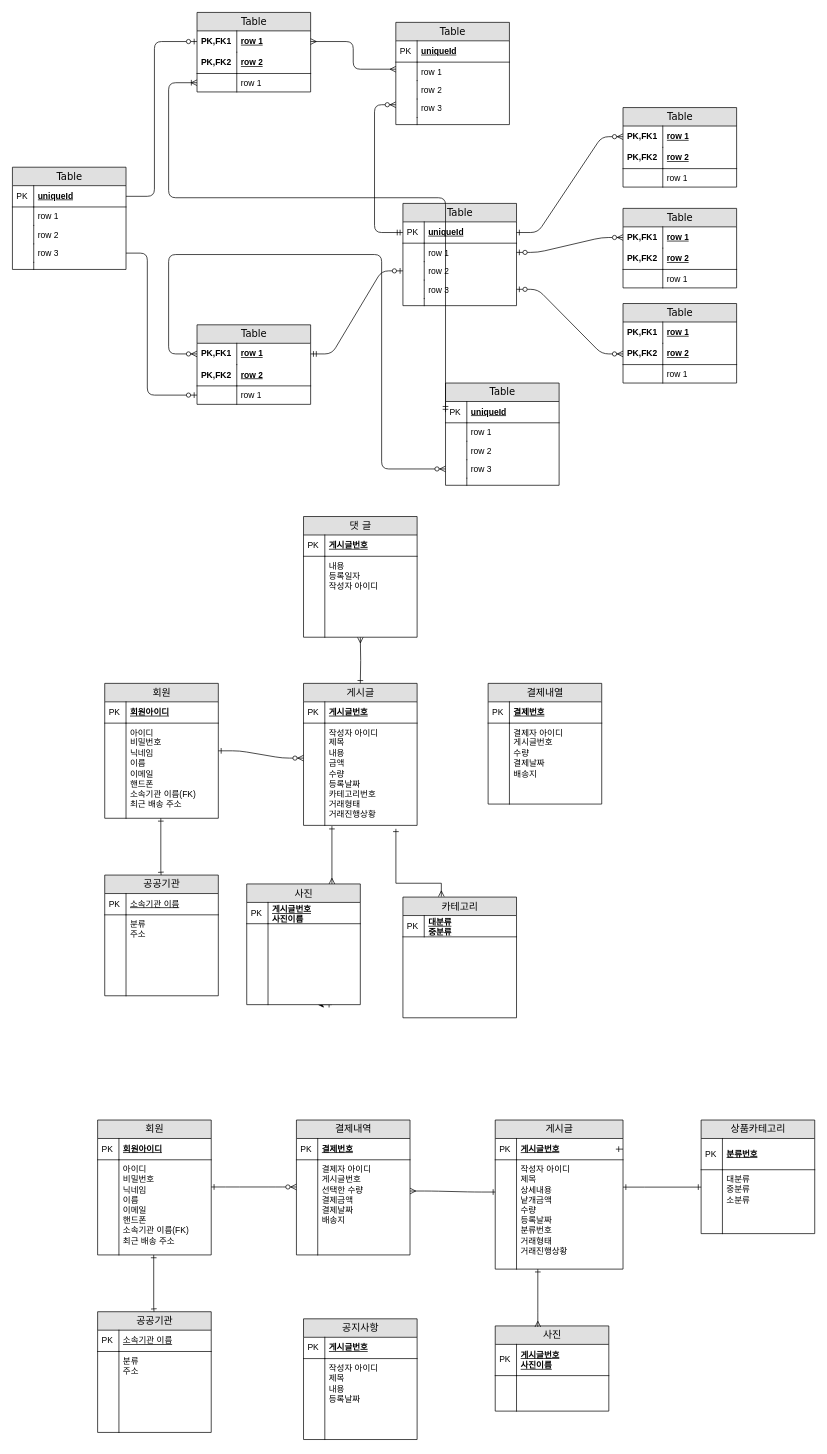
Earlier version of the draw.io diagram Untitled Diagram.drawio (RealWarm/Algorithm). Source tidied: cells renumbered, new cells numbered last; positions are measured from the earlier drawing's top-left corner, leaving out a move shared by most shapes. Both pictures are drawn from the tidied source at 71%, with x=0, y=0 at pixel (12, 12).
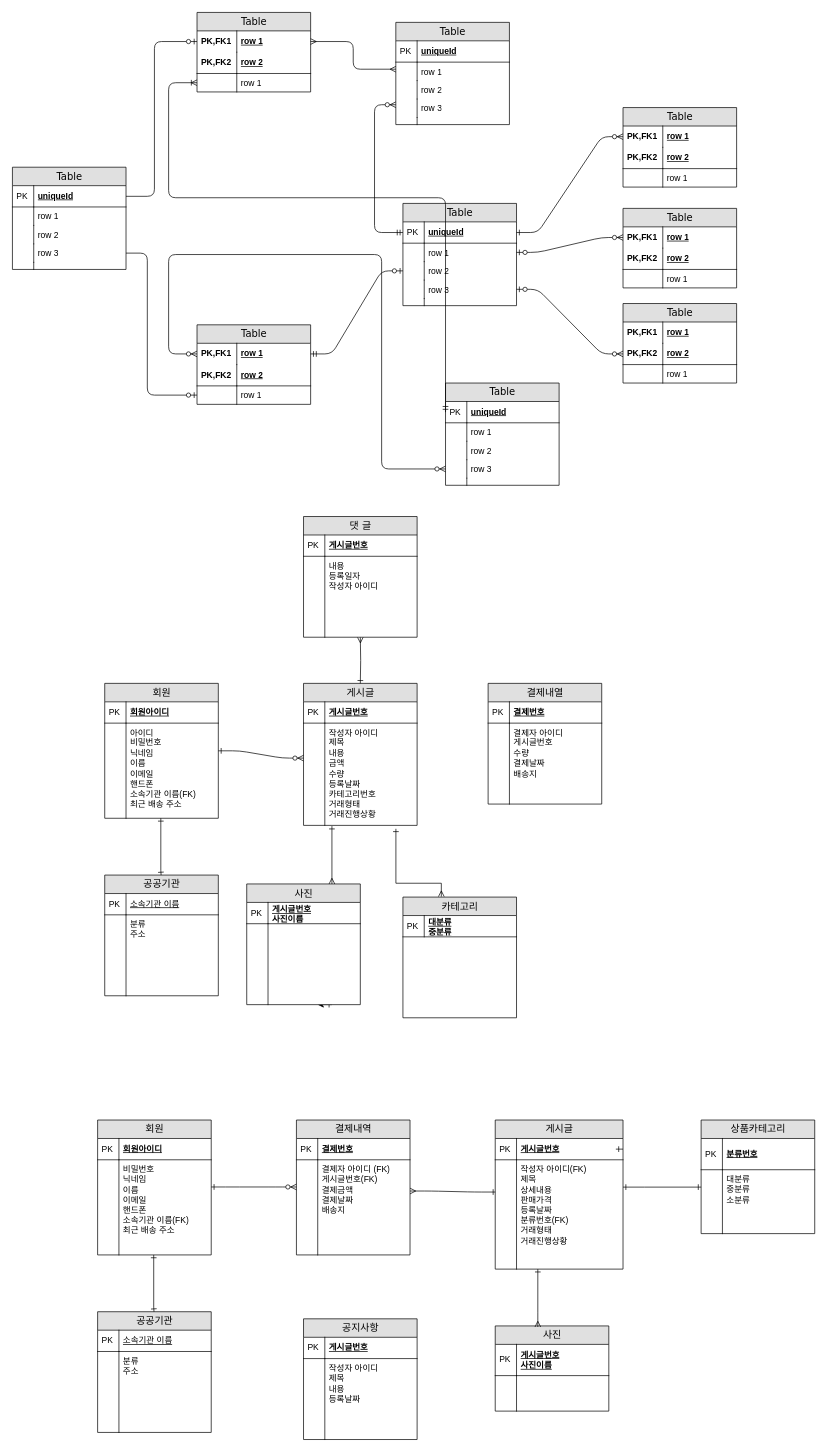
The same page after the edit.

Unchanged cells that the change refers to:
```xml
<mxCell id="131" value="회원" style="swimlane;html=1;fontStyle=0;horizontal=1;startSize=26;fillColor=#e0e0e0;swimlaneFillColor=#ffffff;align=center;rounded=0;shadow=0;comic=0;labelBackgroundColor=none;strokeWidth=1;fontFamily=Verdana;fontSize=14;" parent="1" vertex="1">
  <mxGeometry x="120" y="1560" width="160" height="190" as="geometry" />
</mxCell>
<mxCell id="142" value="결제내역" style="swimlane;html=1;fontStyle=0;horizontal=1;startSize=26;fillColor=#e0e0e0;swimlaneFillColor=#ffffff;align=center;rounded=0;shadow=0;comic=0;labelBackgroundColor=none;strokeWidth=1;fontFamily=Verdana;fontSize=14;" parent="1" vertex="1">
  <mxGeometry x="400" y="1560" width="160" height="190" as="geometry" />
</mxCell>
<mxCell id="147" value="게시글" style="swimlane;html=1;fontStyle=0;horizontal=1;startSize=26;fillColor=#e0e0e0;swimlaneFillColor=#ffffff;align=center;rounded=0;shadow=0;comic=0;labelBackgroundColor=none;strokeWidth=1;fontFamily=Verdana;fontSize=14;" parent="1" vertex="1">
  <mxGeometry x="680" y="1560" width="180" height="210" as="geometry" />
</mxCell>
```

The edit, as a diff of the source:
```diff
@@
-    <mxCell id="134" value="아이디&lt;br&gt;비밀번호&lt;br&gt;닉네임&lt;br&gt;이름&lt;br&gt;이메일&lt;br&gt;핸드폰&lt;br&gt;소속기관 이름(FK)&lt;br&gt;최근 배송 주소" style="shape=partialRectangle;top=0;left=0;right=0;bottom=0;html=1;align=left;verticalAlign=top;fillColor=none;spacingLeft=34;spacingRight=4;whiteSpace=wrap;overflow=hidden;" parent="131" vertex="1">
+    <mxCell id="134" value="비밀번호&lt;br&gt;닉네임&lt;br&gt;이름&lt;br&gt;이메일&lt;br&gt;핸드폰&lt;br&gt;소속기관 이름(FK)&lt;br&gt;최근 배송 주소" style="shape=partialRectangle;top=0;left=0;right=0;bottom=0;html=1;align=left;verticalAlign=top;fillColor=none;spacingLeft=34;spacingRight=4;whiteSpace=wrap;overflow=hidden;" parent="131" vertex="1">
       <mxGeometry y="56" width="160" height="134" as="geometry" />
     </mxCell>
@@
-    <mxCell id="145" value="결제자 아이디&lt;br&gt;게시글번호&lt;br&gt;선택한 수량&lt;br&gt;결제금액&lt;br&gt;결제날짜&lt;br&gt;배송지" style="shape=partialRectangle;top=0;left=0;right=0;bottom=0;html=1;align=left;verticalAlign=top;fillColor=none;spacingLeft=34;spacingRight=4;whiteSpace=wrap;overflow=hidden;" parent="142" vertex="1">
+    <mxCell id="145" value="결제자 아이디 (FK)&lt;br&gt;게시글번호(FK)&lt;br&gt;결제금액&lt;br&gt;결제날짜&lt;br&gt;배송지" style="shape=partialRectangle;top=0;left=0;right=0;bottom=0;html=1;align=left;verticalAlign=top;fillColor=none;spacingLeft=34;spacingRight=4;whiteSpace=wrap;overflow=hidden;" parent="142" vertex="1">
       <mxGeometry y="56" width="160" height="134" as="geometry" />
     </mxCell>
@@
-    <mxCell id="150" value="작성자 아이디&lt;br&gt;제목&lt;br&gt;상세내용&lt;br&gt;낱개금액&lt;br&gt;수량&lt;br&gt;등록날짜&lt;br&gt;분류번호&lt;br&gt;거래형태&lt;br&gt;거래진행상황&lt;br&gt;" style="shape=partialRectangle;top=0;left=0;right=0;bottom=0;html=1;align=left;verticalAlign=top;fillColor=none;spacingLeft=34;spacingRight=4;whiteSpace=wrap;overflow=hidden;points=[[0,0.5],[1,0.5]];portConstraint=eastwest;" parent="147" vertex="1">
+    <mxCell id="150" value="작성자 아이디(FK)&lt;br&gt;제목&lt;br&gt;상세내용&lt;br&gt;판매가격&lt;br&gt;등록날짜&lt;br&gt;분류번호(FK)&lt;br&gt;거래형태&lt;br&gt;거래진행상황" style="shape=partialRectangle;top=0;left=0;right=0;bottom=0;html=1;align=left;verticalAlign=top;fillColor=none;spacingLeft=34;spacingRight=4;whiteSpace=wrap;overflow=hidden;points=[[0,0.5],[1,0.5]];portConstraint=eastwest;" parent="147" vertex="1">
       <mxGeometry y="56" width="180" height="154" as="geometry" />
     </mxCell>
```
